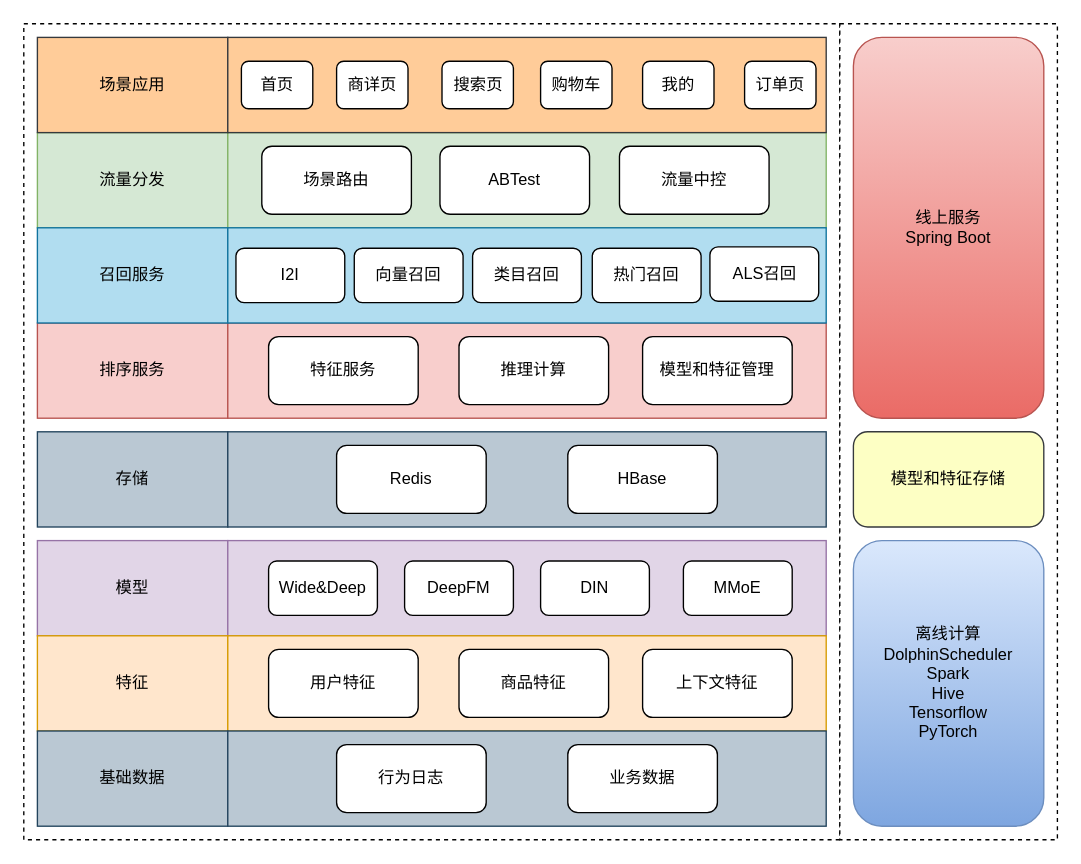
This is engineering/架构设计/推荐系统架构设计图.drawio from Wanke15/wanke15.github.io, a draw.io file, before an edit. Source tidied: cells renumbered, new cells numbered last; positions are measured from the earlier drawing's top-left corner, leaving out a move shared by most shapes. Both pictures are drawn from the tidied source at 136%, with x=0, y=0 at pixel (23, 23).
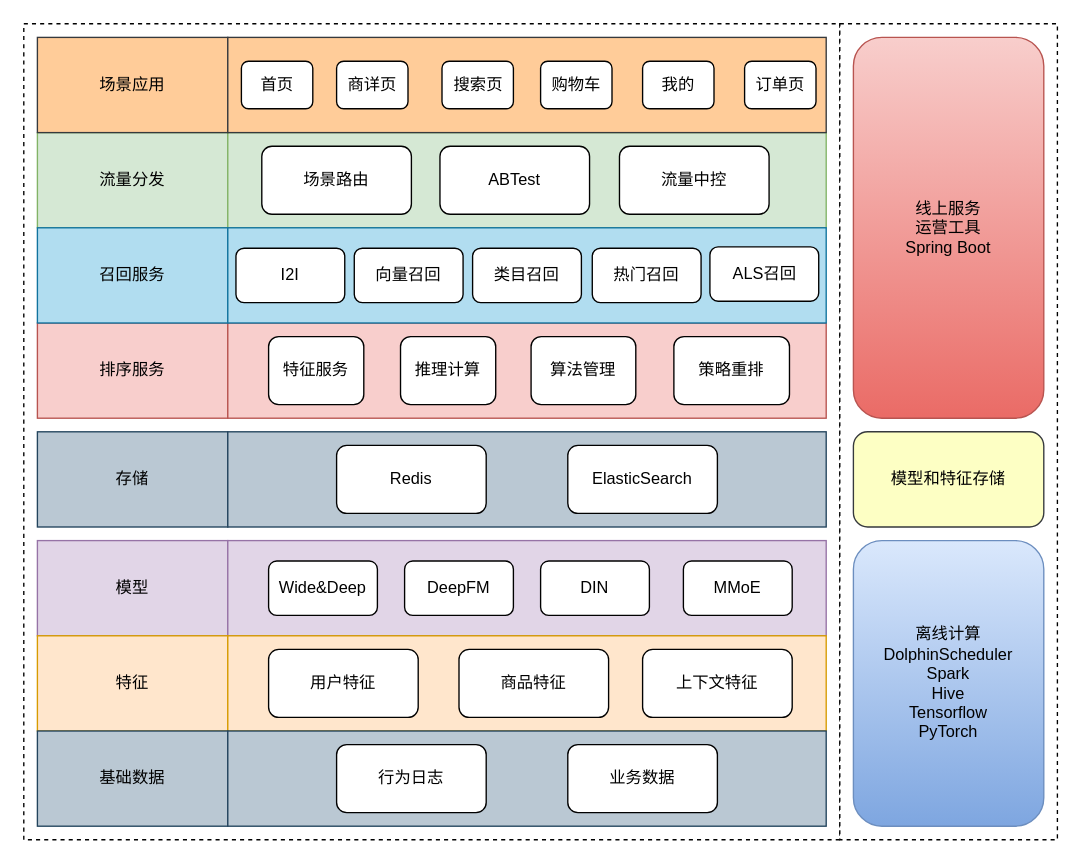
The same diagram, later.

Commit message:
更新推荐系统架构设计图.drawio

Change to the diagram source:
```diff
@@
     <mxCell id="8" value="特征服务" style="rounded=1;whiteSpace=wrap;html=1;" parent="1" vertex="1">
-      <mxGeometry x="180" y="230" width="110" height="50" as="geometry" />
+      <mxGeometry x="180" y="230" width="70" height="50" as="geometry" />
     </mxCell>
     <mxCell id="9" value="推理计算" style="rounded=1;whiteSpace=wrap;html=1;" parent="1" vertex="1">
-      <mxGeometry x="320" y="230" width="110" height="50" as="geometry" />
+      <mxGeometry x="277" y="230" width="70" height="50" as="geometry" />
     </mxCell>
-    <mxCell id="10" value="模型和特征管理" style="rounded=1;whiteSpace=wrap;html=1;" parent="1" vertex="1">
-      <mxGeometry x="455" y="230" width="110" height="50" as="geometry" />
+    <mxCell id="10" value="算法管理" style="rounded=1;whiteSpace=wrap;html=1;" parent="1" vertex="1">
+      <mxGeometry x="373" y="230" width="77" height="50" as="geometry" />
     </mxCell>
@@
-    <mxCell id="37" value="HBase" style="rounded=1;whiteSpace=wrap;html=1;" parent="1" vertex="1">
+    <mxCell id="37" value="ElasticSearch" style="rounded=1;whiteSpace=wrap;html=1;" parent="1" vertex="1">
       <mxGeometry x="400" y="310" width="110" height="50" as="geometry" />
     </mxCell>
@@
-    <mxCell id="39" value="线上服务&lt;br&gt;Spring Boot" style="rounded=1;whiteSpace=wrap;html=1;gradientColor=#ea6b66;fillColor=#f8cecc;strokeColor=#b85450;" parent="1" vertex="1">
+    <mxCell id="39" value="线上服务&lt;div&gt;运营工具&lt;br&gt;Spring Boot&lt;/div&gt;" style="rounded=1;whiteSpace=wrap;html=1;gradientColor=#ea6b66;fillColor=#f8cecc;strokeColor=#b85450;" parent="1" vertex="1">
       <mxGeometry x="610" y="10" width="140" height="280" as="geometry" />
     </mxCell>
@@
+    <mxCell id="51" value="策略重排" style="rounded=1;whiteSpace=wrap;html=1;" parent="1" vertex="1">
+      <mxGeometry x="478" y="230" width="85" height="50" as="geometry" />
+    </mxCell>
```
